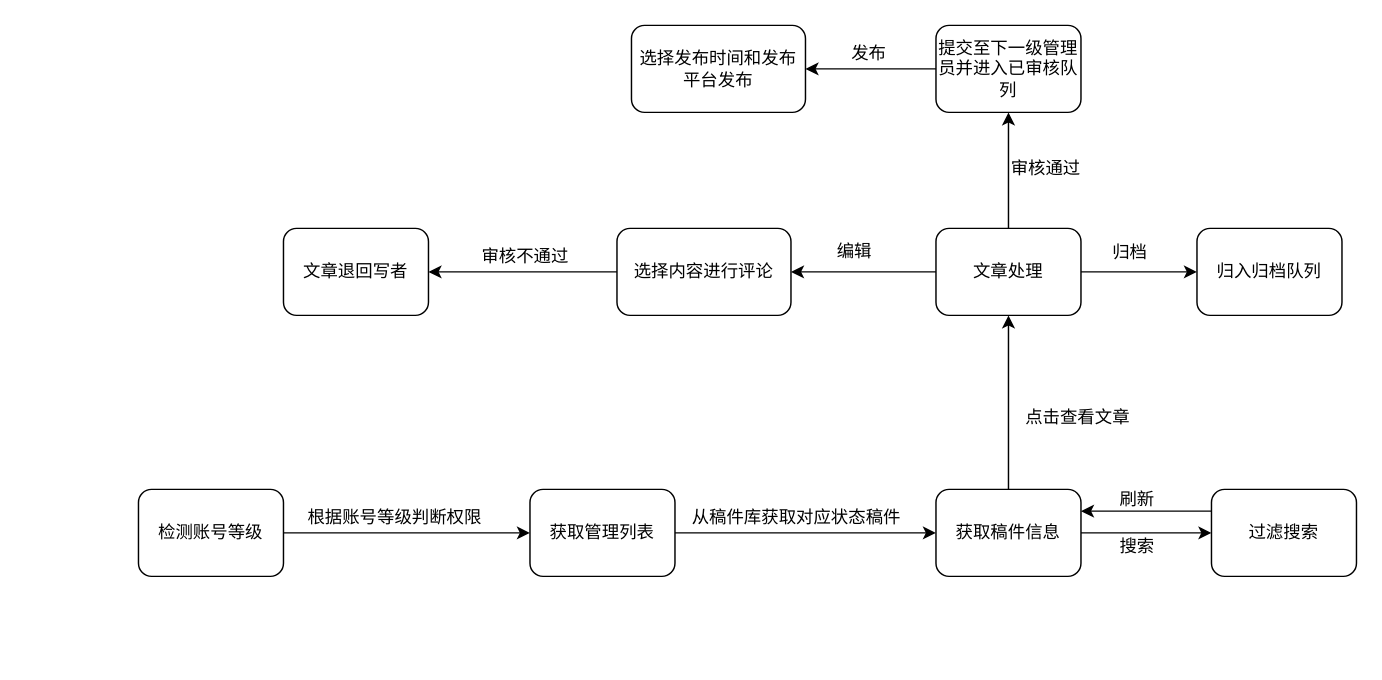
Earlier version of the draw.io diagram 1-SoftwareRequirements/ArticleManagement/am_state.drawio (zan-press/diagram). Source tidied: cells renumbered, new cells numbered last; positions are measured from the earlier drawing's top-left corner, leaving out a move shared by most shapes. Both pictures are drawn from the tidied source at 145%, with x=0, y=0 at pixel (138, 25).
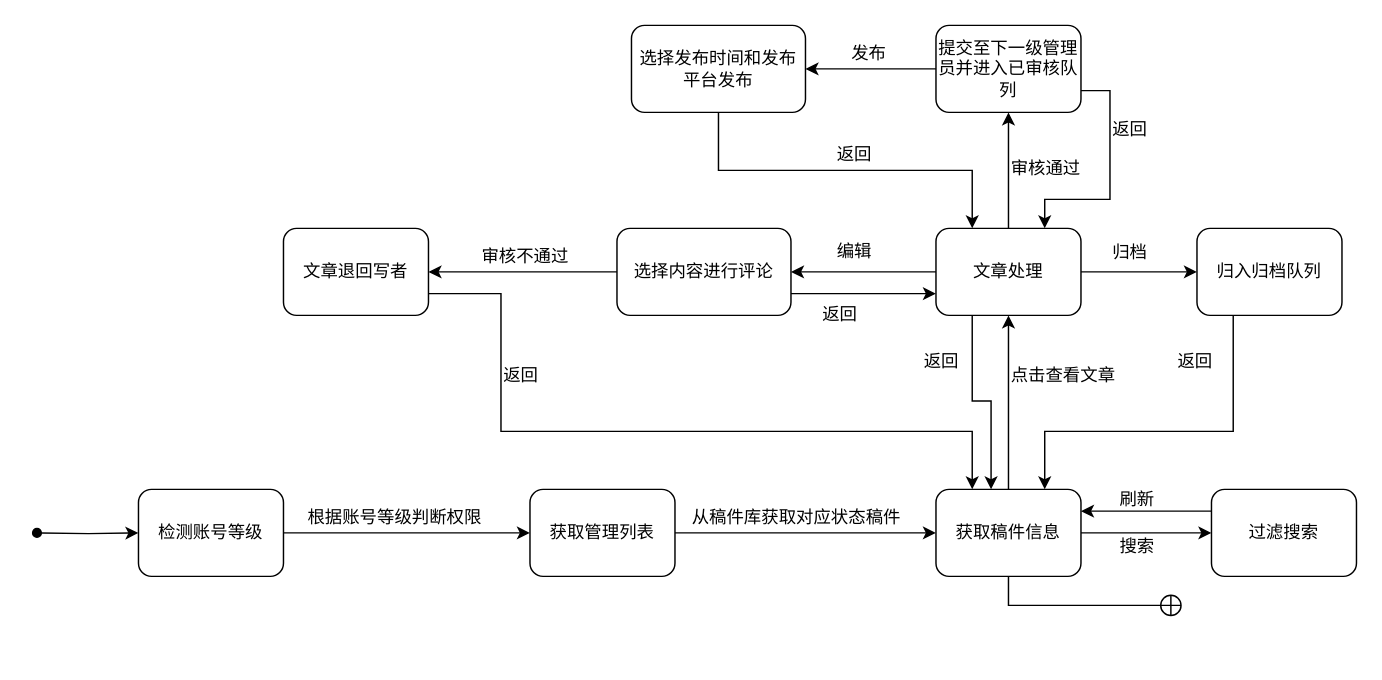
The same page after the edit.

The change refers to these unchanged cells:
```xml
<mxCell id="3" value="检测账号等级" style="rounded=1;whiteSpace=wrap;html=1;" parent="1" vertex="1">
  <mxGeometry y="320" width="100" height="60" as="geometry" />
</mxCell>
<mxCell id="8" value="获取稿件信息" style="rounded=1;whiteSpace=wrap;html=1;" parent="1" vertex="1">
  <mxGeometry x="550" y="320" width="100" height="60" as="geometry" />
</mxCell>
<mxCell id="14" value="文章处理" style="rounded=1;whiteSpace=wrap;html=1;" parent="1" vertex="1">
  <mxGeometry x="550" y="140" width="100" height="60" as="geometry" />
</mxCell>
<mxCell id="15" value="归入归档队列" style="rounded=1;whiteSpace=wrap;html=1;" parent="1" vertex="1">
  <mxGeometry x="730" y="140" width="100" height="60" as="geometry" />
</mxCell>
<mxCell id="17" value="提交至下一级管理员并进入已审核队列" style="rounded=1;whiteSpace=wrap;html=1;" parent="1" vertex="1">
  <mxGeometry x="550" width="100" height="60" as="geometry" />
</mxCell>
<mxCell id="18" value="选择发布时间和发布平台发布" style="rounded=1;whiteSpace=wrap;html=1;" parent="1" vertex="1">
  <mxGeometry x="340" width="120" height="60" as="geometry" />
</mxCell>
<mxCell id="20" value="选择内容进行评论" style="rounded=1;whiteSpace=wrap;html=1;" parent="1" vertex="1">
  <mxGeometry x="330" y="140" width="120" height="60" as="geometry" />
</mxCell>
<mxCell id="21" value="文章退回写者" style="rounded=1;whiteSpace=wrap;html=1;" parent="1" vertex="1">
  <mxGeometry x="100" y="140" width="100" height="60" as="geometry" />
</mxCell>
```

The edit, as a diff of the source:
```diff
@@
+    <mxCell id="32" style="edgeStyle=orthogonalEdgeStyle;rounded=0;orthogonalLoop=1;jettySize=auto;html=1;exitX=0.25;exitY=1;exitDx=0;exitDy=0;entryX=0.378;entryY=0.027;entryDx=0;entryDy=0;entryPerimeter=0;" parent="1" edge="1">
+      <mxGeometry relative="1" as="geometry">
+        <mxPoint x="575" y="198" as="sourcePoint" />
+        <mxPoint x="588" y="320" as="targetPoint" />
+        <Array as="points">
+          <mxPoint x="575" y="259" />
+          <mxPoint x="588" y="259" />
+        </Array>
+      </mxGeometry>
+    </mxCell>
@@
+    <mxCell id="33" style="edgeStyle=orthogonalEdgeStyle;rounded=0;jettySize=auto;html=1;exitX=0.25;exitY=1;exitDx=0;exitDy=0;entryX=0.75;entryY=0;entryDx=0;entryDy=0;" parent="1" edge="1" source="15" target="8">
+      <mxGeometry relative="1" as="geometry">
+        <Array as="points">
+          <mxPoint x="755" y="280" />
+          <mxPoint x="625" y="280" />
+        </Array>
+      </mxGeometry>
+    </mxCell>
@@
+    <mxCell id="34" style="edgeStyle=orthogonalEdgeStyle;rounded=0;jettySize=auto;html=1;exitX=1;exitY=0.75;exitDx=0;exitDy=0;entryX=0.75;entryY=0;entryDx=0;entryDy=0;" parent="1" edge="1" source="17" target="14">
+      <mxGeometry relative="1" as="geometry">
+        <Array as="points">
+          <mxPoint x="670" y="45" />
+          <mxPoint x="670" y="120" />
+          <mxPoint x="625" y="120" />
+        </Array>
+      </mxGeometry>
+    </mxCell>
@@
+    <mxCell id="35" style="edgeStyle=orthogonalEdgeStyle;rounded=0;jettySize=auto;html=1;exitX=0.5;exitY=1;exitDx=0;exitDy=0;entryX=0.25;entryY=0;entryDx=0;entryDy=0;" parent="1" edge="1" source="18" target="14">
+      <mxGeometry relative="1" as="geometry" />
+    </mxCell>
@@
+    <mxCell id="36" style="edgeStyle=orthogonalEdgeStyle;rounded=0;jettySize=auto;html=1;exitX=1;exitY=0.75;exitDx=0;exitDy=0;entryX=0;entryY=0.75;entryDx=0;entryDy=0;" parent="1" edge="1" source="20" target="14">
+      <mxGeometry relative="1" as="geometry" />
+    </mxCell>
@@
+    <mxCell id="37" style="edgeStyle=orthogonalEdgeStyle;rounded=0;jettySize=auto;html=1;exitX=1;exitY=0.75;exitDx=0;exitDy=0;entryX=0.25;entryY=0;entryDx=0;entryDy=0;" parent="1" edge="1" source="21" target="8">
+      <mxGeometry relative="1" as="geometry">
+        <Array as="points">
+          <mxPoint x="250" y="185" />
+          <mxPoint x="250" y="280" />
+          <mxPoint x="575" y="280" />
+        </Array>
+      </mxGeometry>
+    </mxCell>
@@
     <mxCell id="29" value="点击查看文章" style="text;html=1;align=left;verticalAlign=top;spacingTop=-4;" parent="1" vertex="1">
-      <mxGeometry x="610" y="261" width="90" height="20" as="geometry" />
+      <mxGeometry x="600" y="232" width="90" height="20" as="geometry" />
     </mxCell>
@@
+    <mxCell id="38" style="text;html=1;align=left;verticalAlign=top;spacingTop=-4;" parent="1" vertex="1">
+      <mxGeometry x="-13" y="414" width="20" height="20" as="geometry" />
+    </mxCell>
+    <mxCell id="39" style="edgeStyle=orthogonalEdgeStyle;rounded=0;jettySize=auto;html=1;entryX=0;entryY=0.5;entryDx=0;entryDy=0;startArrow=oval;startFill=1;" parent="1" edge="1" target="3">
+      <mxGeometry relative="1" as="geometry">
+        <mxPoint x="-70" y="350" as="sourcePoint" />
+      </mxGeometry>
+    </mxCell>
+    <mxCell id="40" style="edgeStyle=orthogonalEdgeStyle;rounded=0;jettySize=auto;html=1;endArrow=circlePlus;endFill=0;exitX=0.5;exitY=1;exitDx=0;exitDy=0;" parent="1" edge="1" source="8">
+      <mxGeometry relative="1" as="geometry">
+        <mxPoint x="720" y="400" as="targetPoint" />
+        <Array as="points">
+          <mxPoint x="600" y="400" />
+        </Array>
+      </mxGeometry>
+    </mxCell>
+    <mxCell id="41" value="返回" style="text;html=1;align=left;verticalAlign=top;spacingTop=-4;" parent="1" vertex="1">
+      <mxGeometry x="480" y="79" width="40" height="20" as="geometry" />
+    </mxCell>
+    <mxCell id="42" value="返回" style="text;html=1;align=left;verticalAlign=top;spacingTop=-4;" parent="1" vertex="1">
+      <mxGeometry x="250" y="232" width="40" height="20" as="geometry" />
+    </mxCell>
+    <mxCell id="43" value="返回" style="text;html=1;align=left;verticalAlign=top;spacingTop=-4;" parent="1" vertex="1">
+      <mxGeometry x="470" y="190" width="40" height="20" as="geometry" />
+    </mxCell>
+    <mxCell id="44" value="返回" style="text;html=1;align=left;verticalAlign=top;spacingTop=-4;" parent="1" vertex="1">
+      <mxGeometry x="715" y="222" width="40" height="20" as="geometry" />
+    </mxCell>
+    <mxCell id="45" value="返回" style="text;html=1;align=left;verticalAlign=top;spacingTop=-4;" parent="1" vertex="1">
+      <mxGeometry x="540" y="222" width="40" height="20" as="geometry" />
+    </mxCell>
+    <mxCell id="46" value="返回" style="text;html=1;align=left;verticalAlign=top;spacingTop=-4;" parent="1" vertex="1">
+      <mxGeometry x="670" y="62" width="40" height="20" as="geometry" />
+    </mxCell>
```
